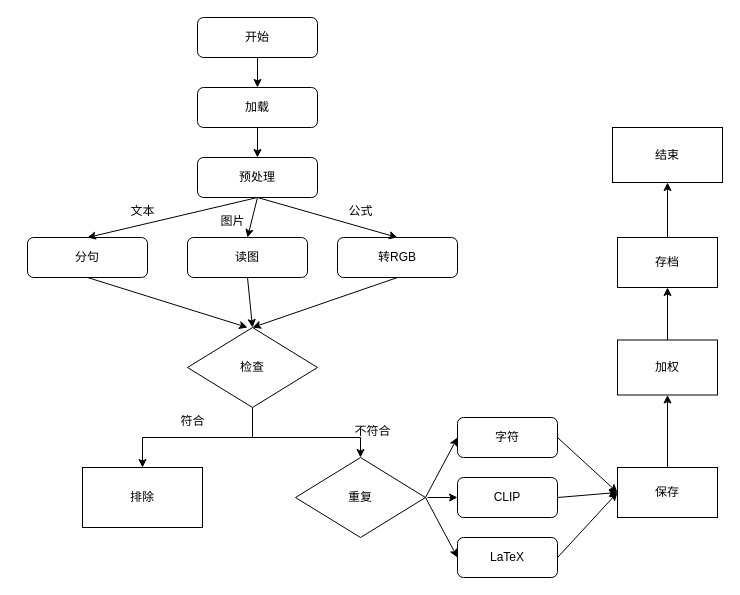
Before: 流程图.drawio in Spritualkb/draw.io, a draw.io diagram. Source tidied: cells renumbered, new cells numbered last; positions are measured from the earlier drawing's top-left corner, leaving out a move shared by most shapes. Both pictures are drawn from the tidied source at 100%, with x=0, y=0 at pixel (27, 17).
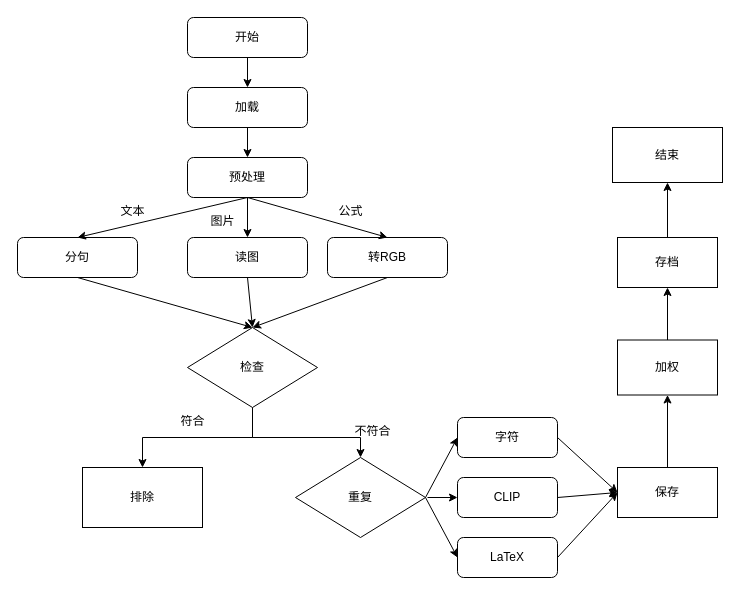
After the change.

Commit message (it also covers changes not shown here):
更新流程图.drawio

The change refers to these unchanged cells:
```xml
<mxCell id="8" value="读图" style="rounded=1;whiteSpace=wrap;html=1;fontSize=12;glass=0;strokeWidth=1;shadow=0;" parent="1" vertex="1">
  <mxGeometry x="160" y="220" width="120" height="40" as="geometry" />
</mxCell>
<mxCell id="18" value="检查" style="rhombus;whiteSpace=wrap;html=1;" parent="1" vertex="1">
  <mxGeometry x="160" y="310" width="130" height="80" as="geometry" />
</mxCell>
```

Diff of the diagram source:
```diff
@@
     <mxCell id="2" value="开始" style="rounded=1;whiteSpace=wrap;html=1;fontSize=12;glass=0;strokeWidth=1;shadow=0;" parent="1" vertex="1">
-      <mxGeometry x="170" width="120" height="40" as="geometry" />
+      <mxGeometry x="160" width="120" height="40" as="geometry" />
     </mxCell>
     <mxCell id="3" value="加载" style="rounded=1;whiteSpace=wrap;html=1;fontSize=12;glass=0;strokeWidth=1;shadow=0;" parent="1" vertex="1">
-      <mxGeometry x="170" y="70" width="120" height="40" as="geometry" />
+      <mxGeometry x="160" y="70" width="120" height="40" as="geometry" />
     </mxCell>
@@
     <mxCell id="5" value="预处理" style="rounded=1;whiteSpace=wrap;html=1;fontSize=12;glass=0;strokeWidth=1;shadow=0;" parent="1" vertex="1">
-      <mxGeometry x="170" y="140" width="120" height="40" as="geometry" />
+      <mxGeometry x="160" y="140" width="120" height="40" as="geometry" />
     </mxCell>
     <mxCell id="6" value="分句" style="rounded=1;whiteSpace=wrap;html=1;fontSize=12;glass=0;strokeWidth=1;shadow=0;" parent="1" vertex="1">
-      <mxGeometry y="220" width="120" height="40" as="geometry" />
+      <mxGeometry x="-10" y="220" width="120" height="40" as="geometry" />
     </mxCell>
@@
     <mxCell id="9" value="转RGB" style="rounded=1;whiteSpace=wrap;html=1;fontSize=12;glass=0;strokeWidth=1;shadow=0;" parent="1" vertex="1">
-      <mxGeometry x="310" y="220" width="120" height="40" as="geometry" />
+      <mxGeometry x="300" y="220" width="120" height="40" as="geometry" />
     </mxCell>
@@
     <mxCell id="13" value="&lt;span style=&quot;font-weight: normal;&quot;&gt;&lt;font style=&quot;font-size: 12px;&quot;&gt;文本&lt;/font&gt;&lt;/span&gt;" style="text;strokeColor=none;fillColor=none;html=1;fontSize=24;fontStyle=1;verticalAlign=middle;align=center;" parent="1" vertex="1">
-      <mxGeometry x="80" y="180" width="70" height="20" as="geometry" />
+      <mxGeometry x="70" y="180" width="70" height="20" as="geometry" />
     </mxCell>
     <mxCell id="14" value="&lt;span style=&quot;font-weight: normal;&quot;&gt;&lt;font style=&quot;font-size: 12px;&quot;&gt;图片&lt;/font&gt;&lt;/span&gt;" style="text;strokeColor=none;fillColor=none;html=1;fontSize=24;fontStyle=1;verticalAlign=middle;align=center;" parent="1" vertex="1">
-      <mxGeometry x="170" y="190" width="70" height="20" as="geometry" />
+      <mxGeometry x="160" y="190" width="70" height="20" as="geometry" />
     </mxCell>
     <mxCell id="15" value="&lt;span style=&quot;font-weight: normal;&quot;&gt;&lt;font style=&quot;font-size: 12px;&quot;&gt;公式&lt;/font&gt;&lt;/span&gt;" style="text;strokeColor=none;fillColor=none;html=1;fontSize=24;fontStyle=1;verticalAlign=middle;align=center;" parent="1" vertex="1">
-      <mxGeometry x="298" y="180" width="70" height="20" as="geometry" />
+      <mxGeometry x="288" y="180" width="70" height="20" as="geometry" />
     </mxCell>
@@
-    <mxCell id="19" style="endArrow=classic;html=1;rounded=0;exitX=0.5;exitY=1;exitDx=0;exitDy=0;entryX=0.462;entryY=0;entryDx=0;entryDy=0;entryPerimeter=0;" parent="1" edge="1" source="6" target="18">
-      <mxGeometry relative="1" as="geometry" />
-    </mxCell>
@@
-    <mxCell id="21" style="endArrow=classic;html=1;rounded=0;exitX=0.5;exitY=1;exitDx=0;exitDy=0;entryX=0.5;entryY=0;entryDx=0;entryDy=0;" parent="1" edge="1" source="8" target="18">
-      <mxGeometry relative="1" as="geometry" />
-    </mxCell>
@@
+    <mxCell id="19" style="endArrow=classic;html=1;rounded=0;exitX=0.5;exitY=1;exitDx=0;exitDy=0;entryX=0.5;entryY=0;entryDx=0;entryDy=0;" parent="1" edge="1" source="6" target="18">
+      <mxGeometry relative="1" as="geometry" />
+    </mxCell>
+    <mxCell id="21" style="endArrow=classic;html=1;rounded=0;exitX=0.5;exitY=1;exitDx=0;exitDy=0;entryX=0.5;entryY=0;entryDx=0;entryDy=0;" parent="1" edge="1" source="8" target="18">
+      <mxGeometry relative="1" as="geometry" />
+    </mxCell>
```
